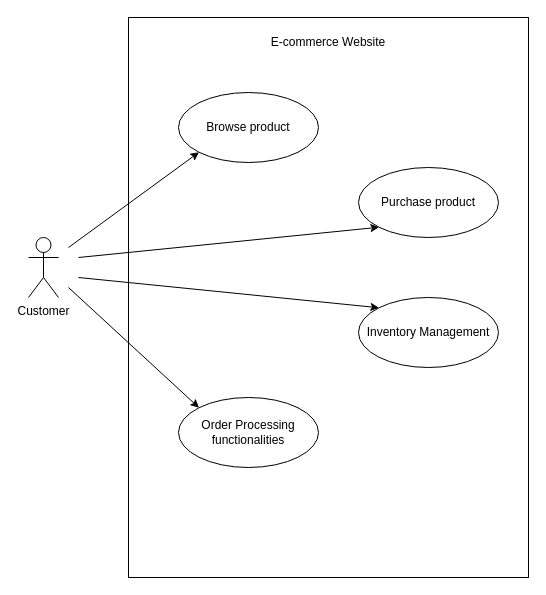
Above: exercise/uml/submission/sec01/wei2030/Use Case 2.drawio in drshahizan/software-engineering (draw.io), before the change. Source tidied: cells renumbered, new cells numbered last; positions are measured from the earlier drawing's top-left corner, leaving out a move shared by most shapes. Both pictures are drawn from the tidied source at 100%, with x=0, y=0 at pixel (28, 17).
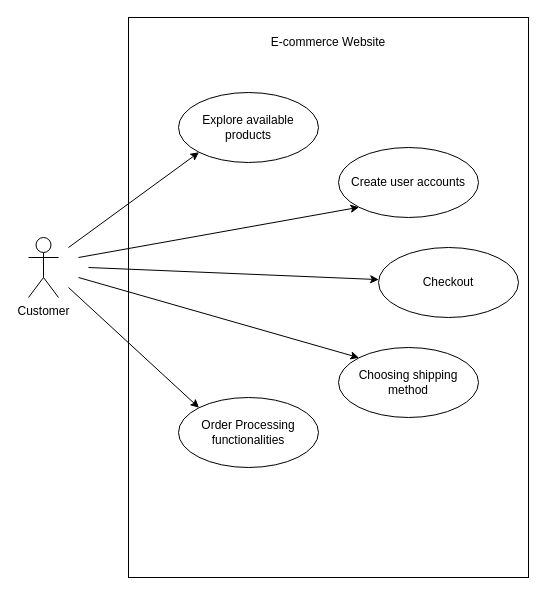
The same page after the edit.

Change to the diagram source:
```diff
@@
 <mxGraphModel>
   <root>
     <mxCell id="0" />
     <mxCell id="1" parent="0" />
     <mxCell id="2" style="html=1;" parent="1" vertex="1">
       <mxGeometry x="100" width="400" height="560" as="geometry" />
     </mxCell>
     <mxCell id="3" value="Customer" style="shape=umlActor;verticalLabelPosition=bottom;verticalAlign=top;html=1;" parent="1" vertex="1">
       <mxGeometry y="220" width="30" height="60" as="geometry" />
     </mxCell>
     <mxCell id="4" value="E-commerce Website" style="text;html=1;strokeColor=none;fillColor=none;align=center;verticalAlign=middle;whiteSpace=wrap;rounded=0;" parent="1" vertex="1">
       <mxGeometry x="220" y="10" width="160" height="30" as="geometry" />
     </mxCell>
-    <mxCell id="5" value="Browse product" style="ellipse;whiteSpace=wrap;html=1;" parent="1" vertex="1">
+    <mxCell id="5" value="Explore available products" style="ellipse;whiteSpace=wrap;html=1;" parent="1" vertex="1">
       <mxGeometry x="150" y="75" width="140" height="70" as="geometry" />
     </mxCell>
-    <mxCell id="6" value="Purchase product" style="ellipse;whiteSpace=wrap;html=1;" parent="1" vertex="1">
-      <mxGeometry x="330" y="150" width="140" height="70" as="geometry" />
+    <mxCell id="6" value="Create user accounts" style="ellipse;whiteSpace=wrap;html=1;" parent="1" vertex="1">
+      <mxGeometry x="310" y="130" width="140" height="70" as="geometry" />
     </mxCell>
-    <mxCell id="7" value="Inventory Management" style="ellipse;whiteSpace=wrap;html=1;" parent="1" vertex="1">
-      <mxGeometry x="330" y="280" width="140" height="70" as="geometry" />
+    <mxCell id="7" value="Choosing shipping method" style="ellipse;whiteSpace=wrap;html=1;" parent="1" vertex="1">
+      <mxGeometry x="310" y="330" width="140" height="70" as="geometry" />
     </mxCell>
     <mxCell id="8" value="Order Processing functionalities" style="ellipse;whiteSpace=wrap;html=1;" parent="1" vertex="1">
       <mxGeometry x="150" y="380" width="140" height="70" as="geometry" />
     </mxCell>
     <mxCell id="9" style="endArrow=classic;html=1;entryX=0;entryY=1;entryDx=0;entryDy=0;" parent="1" edge="1" target="5">
       <mxGeometry relative="1" as="geometry">
         <mxPoint x="40" y="230" as="sourcePoint" />
       </mxGeometry>
     </mxCell>
     <mxCell id="10" style="endArrow=classic;html=1;entryX=0;entryY=1;entryDx=0;entryDy=0;" parent="1" edge="1" target="6">
       <mxGeometry relative="1" as="geometry">
         <mxPoint x="50" y="240" as="sourcePoint" />
       </mxGeometry>
     </mxCell>
     <mxCell id="11" style="endArrow=classic;html=1;entryX=0;entryY=0;entryDx=0;entryDy=0;" parent="1" edge="1" target="7">
       <mxGeometry relative="1" as="geometry">
         <mxPoint x="50" y="260" as="sourcePoint" />
       </mxGeometry>
     </mxCell>
     <mxCell id="12" style="endArrow=classic;html=1;entryX=0;entryY=0;entryDx=0;entryDy=0;" parent="1" edge="1" target="8">
       <mxGeometry relative="1" as="geometry">
         <mxPoint x="40" y="270" as="sourcePoint" />
       </mxGeometry>
     </mxCell>
+    <mxCell id="13" value="Checkout" style="ellipse;whiteSpace=wrap;html=1;" parent="1" vertex="1">
+      <mxGeometry x="350" y="230" width="140" height="70" as="geometry" />
+    </mxCell>
+    <mxCell id="14" style="endArrow=classic;html=1;" parent="1" edge="1" target="13">
+      <mxGeometry relative="1" as="geometry">
+        <mxPoint x="60" y="250" as="sourcePoint" />
+      </mxGeometry>
+    </mxCell>
   </root>
 </mxGraphModel>
```
